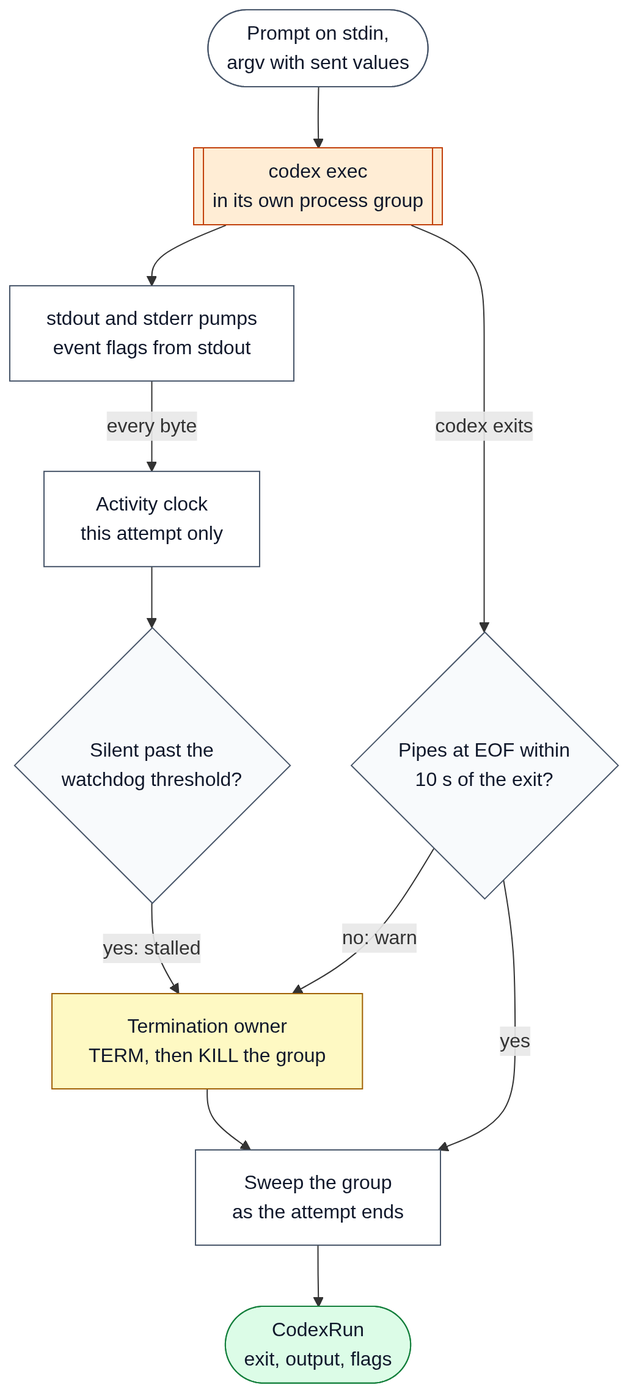
Before: docs/diagrams/d26-attempt.png, a diagram exported from Mermaid (ehzawad/codex-council). Its source is kept beside it as docs/diagrams/d26-attempt.mmd. Source of this version:
```mermaid
flowchart TD
    Cmd(["Prompt on stdin,<br/>argv with sent values"])
    Group[["codex exec<br/>in its own process group"]]
    Pumps["stdout and stderr pumps<br/>event flags from stdout"]
    Clock["Activity clock<br/>this attempt only"]
    Watchdog{"Silent past the<br/>watchdog threshold?"}
    Drain{"Pipes at EOF within<br/>10 s of the exit?"}
    Owner["Termination owner<br/>TERM, then KILL the group"]
    Sweep["Sweep the group<br/>as the attempt ends"]
    Result(["CodexRun<br/>exit, output, flags"])

    Cmd --> Group
    Group --> Pumps
    Pumps -->|"every byte"| Clock
    Clock --> Watchdog
    Watchdog -->|"yes: stalled"| Owner
    Group -->|"codex exits"| Drain
    Drain -->|"no: warn"| Owner
    Drain -->|"yes"| Sweep
    Owner --> Sweep
    Sweep --> Result

    classDef step fill:#ffffff,stroke:#475569,color:#0f172a
    classDef ext fill:#ffedd5,stroke:#c2410c,color:#0f172a
    classDef decision fill:#f8fafc,stroke:#475569,color:#0f172a
    classDef soft fill:#fef9c3,stroke:#a16207,color:#0f172a
    classDef ok fill:#dcfce7,stroke:#15803d,color:#0f172a
    class Cmd,Pumps,Clock,Sweep step
    class Group ext
    class Watchdog,Drain decision
    class Owner soft
    class Result ok
```
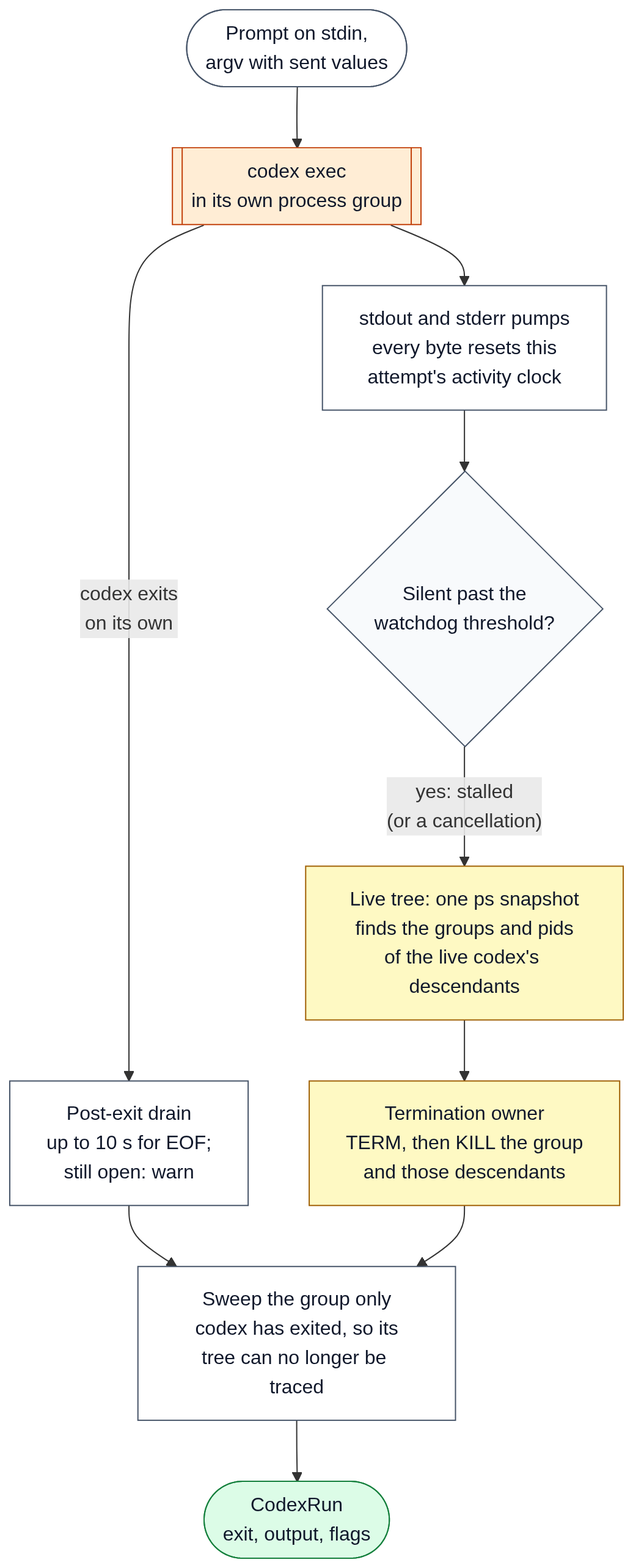
After the commit.

Diff of the diagram source:
```diff
@@ -1,22 +1,21 @@
 flowchart TD
     Cmd(["Prompt on stdin,<br/>argv with sent values"])
     Group[["codex exec<br/>in its own process group"]]
-    Pumps["stdout and stderr pumps<br/>event flags from stdout"]
-    Clock["Activity clock<br/>this attempt only"]
+    Pumps["stdout and stderr pumps<br/>every byte resets this<br/>attempt's activity clock"]
     Watchdog{"Silent past the<br/>watchdog threshold?"}
-    Drain{"Pipes at EOF within<br/>10 s of the exit?"}
-    Owner["Termination owner<br/>TERM, then KILL the group"]
-    Sweep["Sweep the group<br/>as the attempt ends"]
+    Tree["Live tree: one ps snapshot<br/>finds the groups and pids<br/>of the live codex's descendants"]
+    Owner["Termination owner<br/>TERM, then KILL the group<br/>and those descendants"]
+    Drain["Post-exit drain<br/>up to 10 s for EOF;<br/>still open: warn"]
+    Sweep["Sweep the group only<br/>codex has exited, so its<br/>tree can no longer be traced"]
     Result(["CodexRun<br/>exit, output, flags"])
 
     Cmd --> Group
     Group --> Pumps
-    Pumps -->|"every byte"| Clock
-    Clock --> Watchdog
-    Watchdog -->|"yes: stalled"| Owner
-    Group -->|"codex exits"| Drain
-    Drain -->|"no: warn"| Owner
-    Drain -->|"yes"| Sweep
+    Pumps --> Watchdog
+    Watchdog -->|"yes: stalled<br/>(or a cancellation)"| Tree
+    Tree --> Owner
+    Group -->|"codex exits<br/>on its own"| Drain
+    Drain --> Sweep
     Owner --> Sweep
     Sweep --> Result
 
@@ -25,8 +24,8 @@
     classDef decision fill:#f8fafc,stroke:#475569,color:#0f172a
     classDef soft fill:#fef9c3,stroke:#a16207,color:#0f172a
     classDef ok fill:#dcfce7,stroke:#15803d,color:#0f172a
-    class Cmd,Pumps,Clock,Sweep step
+    class Cmd,Pumps,Drain,Sweep step
     class Group ext
-    class Watchdog,Drain decision
-    class Owner soft
+    class Watchdog decision
+    class Tree,Owner soft
     class Result ok
```
